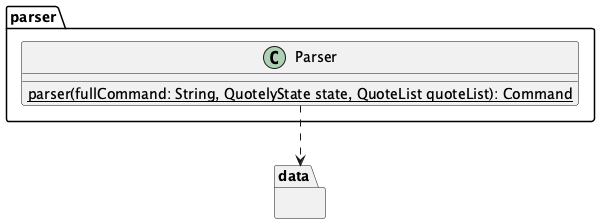
The PlantUML diagram uml/ParserDiagram.png in Tanjy55/tp, before a commit. Source of this version:
```plantuml
@startuml
package parser {
    class Parser {
        {static} parser(fullCommand: String, QuotelyState state, QuoteList quoteList): Command
    }
}

package data {

}

Parser ..> data


@enduml
```
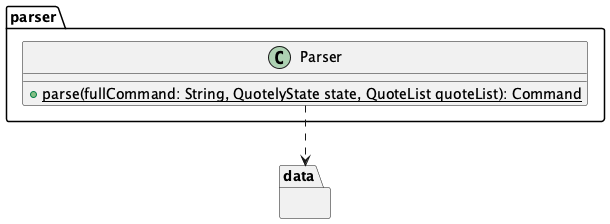
The same file after the commit.

Commit message:
Update UML diagrams and fix method visibility in Parser and Ui classes

The edit, as a diff of the source:
```diff
@@ -1,7 +1,7 @@
 @startuml
 package parser {
     class Parser {
-        {static} parser(fullCommand: String, QuotelyState state, QuoteList quoteList): Command
+        {static} + parse(fullCommand: String, QuotelyState state, QuoteList quoteList): Command
     }
 }
 
```
